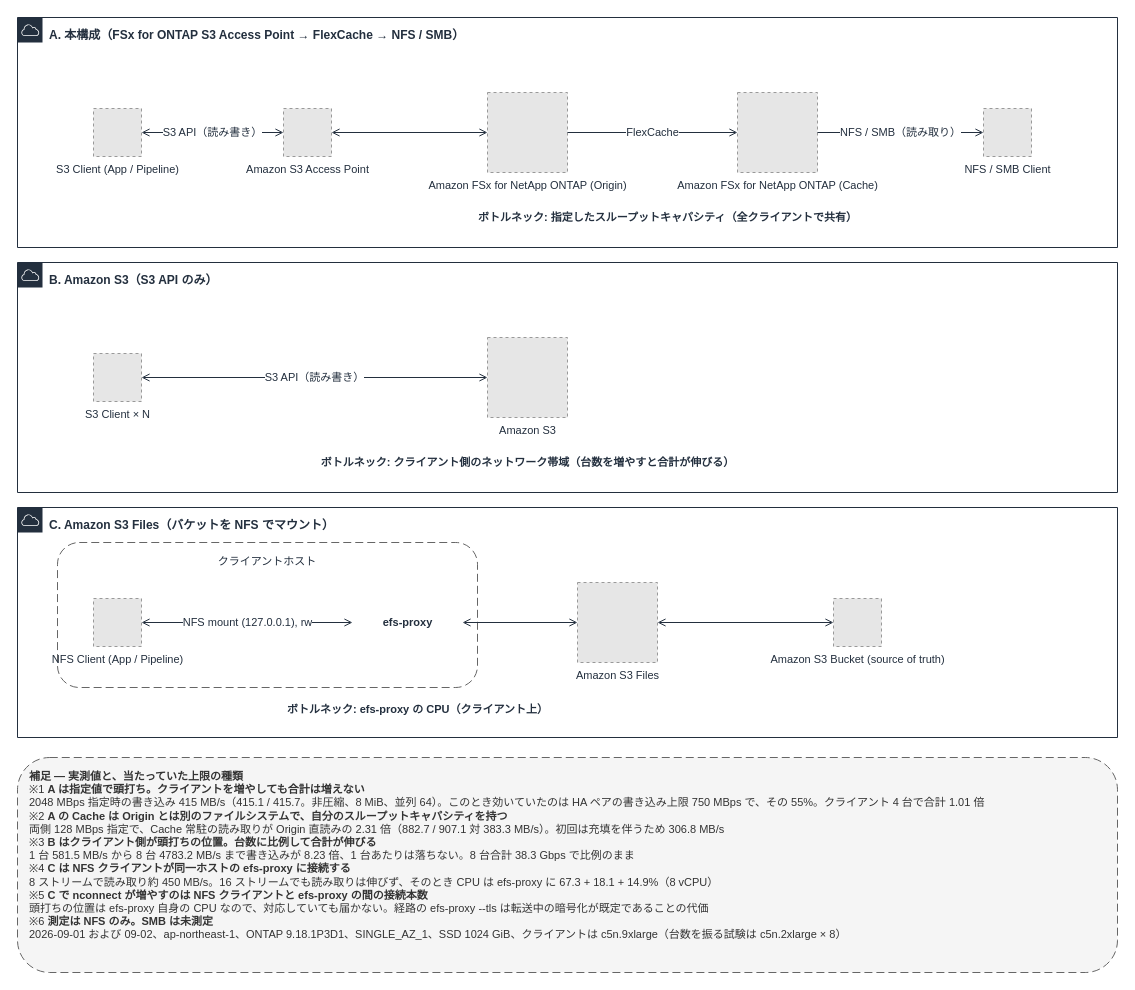
The draw.io diagram docs/_assets/diagrams/s3burst-throughput-bottlenecks.drawio in Yoshiki0705/S3-Burst-on-ONTAP-Files, before the edit. Source tidied: cells renumbered, new cells numbered last; positions are measured from the earlier drawing's top-left corner, leaving out a move shared by most shapes. Both pictures are drawn from the tidied source at 100%, with x=0, y=0 at pixel (17, 17). Pictures stored in the file or linked from it are replaced by grey dashed boxes.
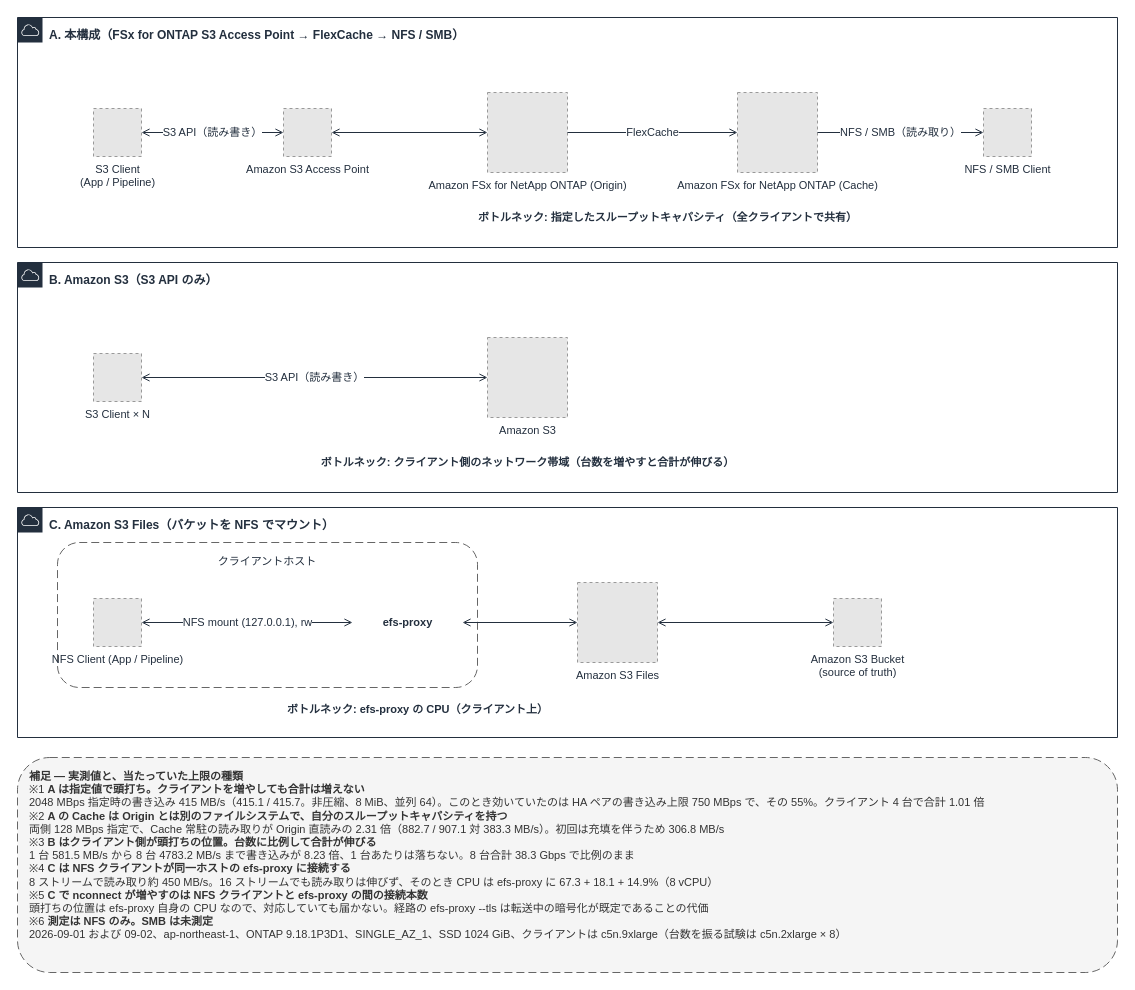
Above is the later version.

What changed in the source:
```diff
@@
-    <mxCell id="10" value="S3 Client (App / Pipeline)" style="fillColor=#E6E6E6;strokeColor=#999999;dashed=1;html=1;verticalLabelPosition=bottom;verticalAlign=top;labelPosition=center;align=center;fontSize=11;fontColor=#232F3E;" parent="1" vertex="1">
+    <mxCell id="10" value="S3 Client&#10;(App / Pipeline)" style="fillColor=#E6E6E6;strokeColor=#999999;dashed=1;html=1;verticalLabelPosition=bottom;verticalAlign=top;labelPosition=center;align=center;fontSize=11;fontColor=#232F3E;" parent="1" vertex="1">
       <mxGeometry x="76" y="91" width="48" height="48" as="geometry" />
     </mxCell>
@@
-    <mxCell id="19" value="Amazon S3 Bucket (source of truth)" style="fillColor=#E6E6E6;strokeColor=#999999;dashed=1;html=1;verticalLabelPosition=bottom;verticalAlign=top;labelPosition=center;align=center;fontSize=11;fontColor=#232F3E;" parent="1" vertex="1">
+    <mxCell id="19" value="Amazon S3 Bucket&#10;(source of truth)" style="fillColor=#E6E6E6;strokeColor=#999999;dashed=1;html=1;verticalLabelPosition=bottom;verticalAlign=top;labelPosition=center;align=center;fontSize=11;fontColor=#232F3E;" parent="1" vertex="1">
       <mxGeometry x="816" y="581" width="48" height="48" as="geometry" />
     </mxCell>
```
